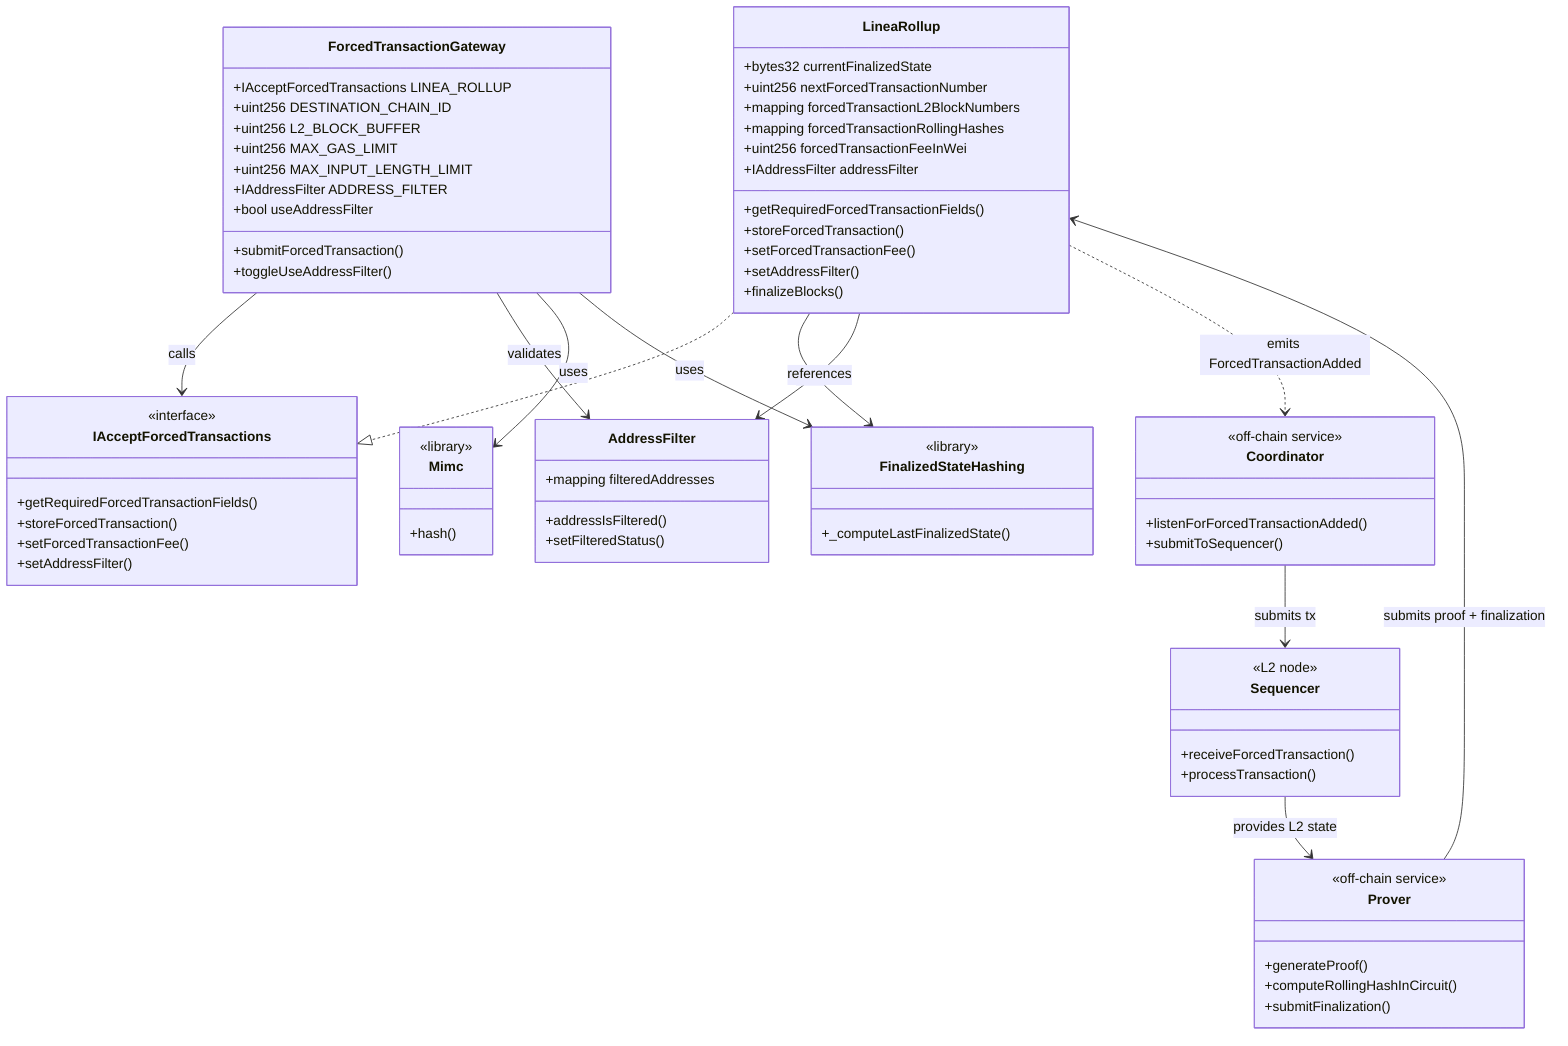
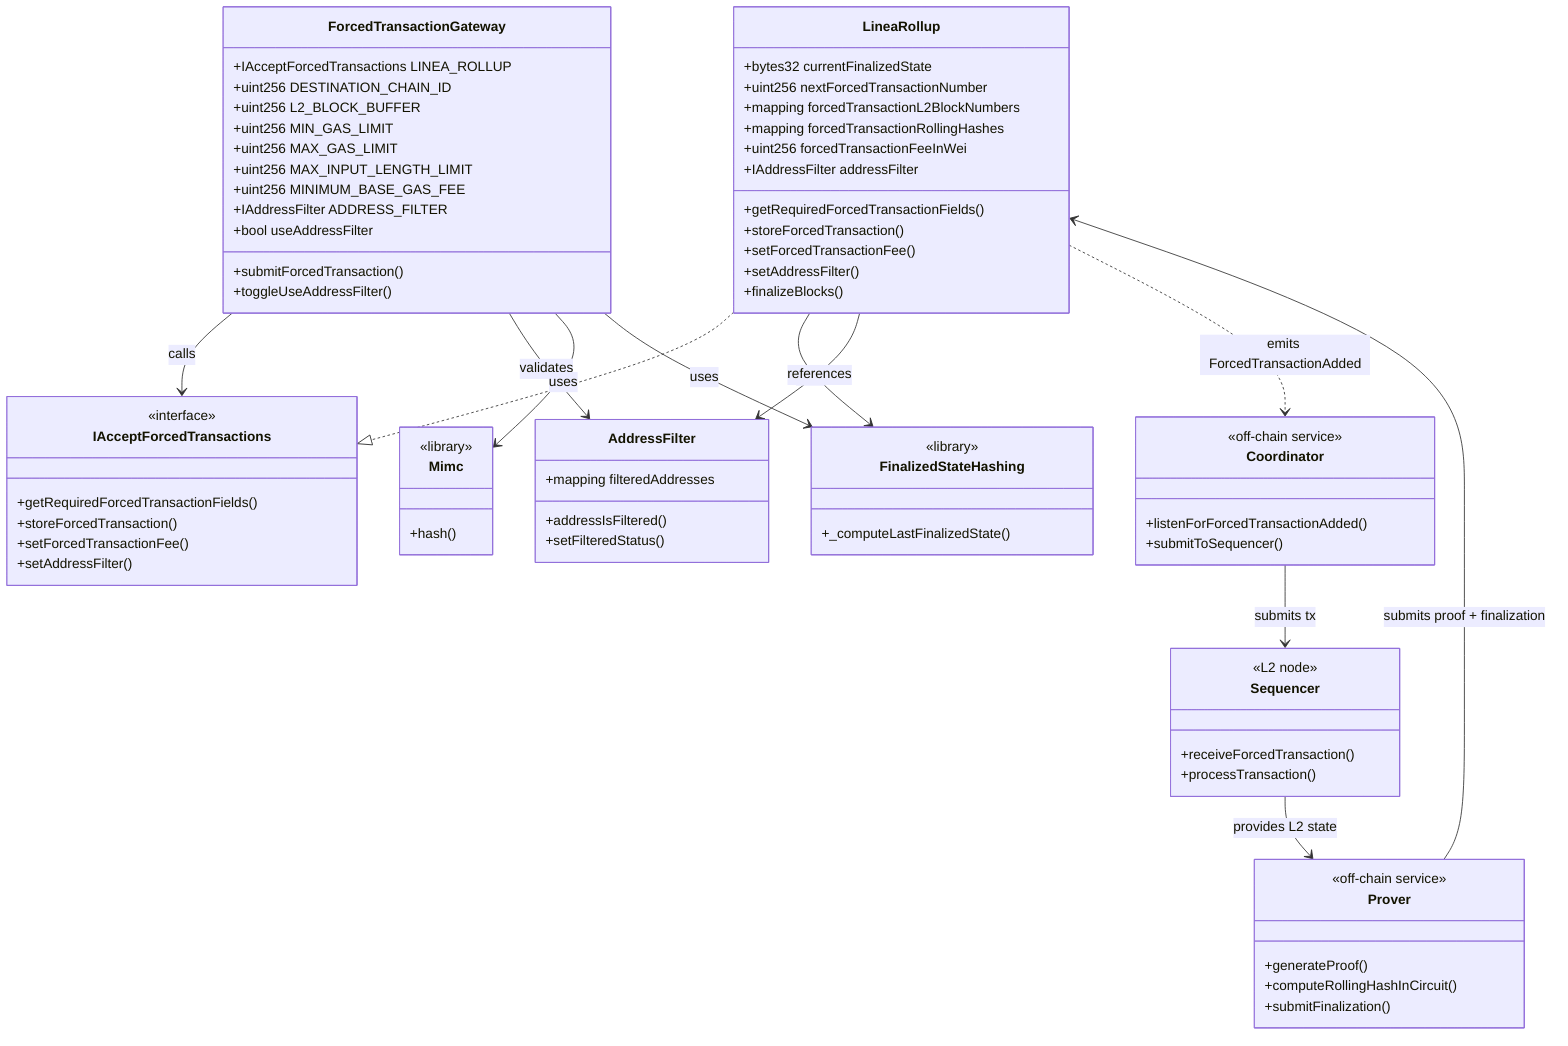
%% Forced Transaction Contract Architecture
%% Renders with: https://mermaid.live or any Mermaid-compatible viewer

classDiagram
    class LineaRollup {
        +bytes32 currentFinalizedState
        +uint256 nextForcedTransactionNumber
        +mapping forcedTransactionL2BlockNumbers
        +mapping forcedTransactionRollingHashes
        +uint256 forcedTransactionFeeInWei
        +IAddressFilter addressFilter
        +getRequiredForcedTransactionFields()
        +storeForcedTransaction()
        +setForcedTransactionFee()
        +setAddressFilter()
        +finalizeBlocks()
    }

    class ForcedTransactionGateway {
        +IAcceptForcedTransactions LINEA_ROLLUP
        +uint256 DESTINATION_CHAIN_ID
        +uint256 L2_BLOCK_BUFFER
+         +uint256 MIN_GAS_LIMIT
        +uint256 MAX_GAS_LIMIT
        +uint256 MAX_INPUT_LENGTH_LIMIT
+         +uint256 MINIMUM_BASE_GAS_FEE
        +IAddressFilter ADDRESS_FILTER
        +bool useAddressFilter
        +submitForcedTransaction()
        +toggleUseAddressFilter()
    }

    class AddressFilter {
        +mapping filteredAddresses
        +addressIsFiltered()
        +setFilteredStatus()
    }

    class IAcceptForcedTransactions {
        <<interface>>
        +getRequiredForcedTransactionFields()
        +storeForcedTransaction()
        +setForcedTransactionFee()
        +setAddressFilter()
    }

    class FinalizedStateHashing {
        <<library>>
        +_computeLastFinalizedState()
    }

    class Mimc {
        <<library>>
        +hash()
    }

    class Coordinator {
        <<off-chain service>>
        +listenForForcedTransactionAdded()
        +submitToSequencer()
    }

    class Sequencer {
        <<L2 node>>
        +receiveForcedTransaction()
        +processTransaction()
    }

    class Prover {
        <<off-chain service>>
        +generateProof()
        +computeRollingHashInCircuit()
        +submitFinalization()
    }

    LineaRollup ..|> IAcceptForcedTransactions
    ForcedTransactionGateway --> IAcceptForcedTransactions : calls
    ForcedTransactionGateway --> AddressFilter : validates
    ForcedTransactionGateway --> Mimc : uses
    ForcedTransactionGateway --> FinalizedStateHashing : uses
    LineaRollup --> FinalizedStateHashing : uses
    LineaRollup --> AddressFilter : references
    LineaRollup ..> Coordinator : emits ForcedTransactionAdded
    Coordinator --> Sequencer : submits tx
    Sequencer --> Prover : provides L2 state
    Prover --> LineaRollup : submits proof + finalization
